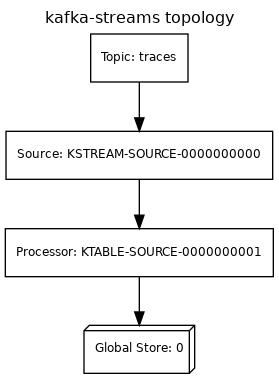
Earlier version of the PlantUML export docs/dependency-store-stream.png (openzipkin-contrib/zipkin-storage-kafka). Its source is kept beside it as docs/dependency-store-stream.puml. Its diagram source:
```plantuml
@startuml
digraph G {
	graph [labelloc=top,label="kafka-streams topology",fontname="Verdana",fontsize=12];
	edge [fontname="Verdana",fontsize=9,labelfontname="Verdana",labelfontsize=9];
	node [fontname="Verdana",fontsize=9,shape=record];
	c0 [label="Processor: KTABLE-SOURCE-0000000001"]
	// null
	c1 -> c0 [];
	c1 [label="Source: KSTREAM-SOURCE-0000000000"]
	c2 [label="Topic: traces"]
	// null
	c2 -> c1 [];
	c3 [label="Global Store: 0", shape=box3d]
	// null
	c0 -> c3 [];
}
@enduml
```
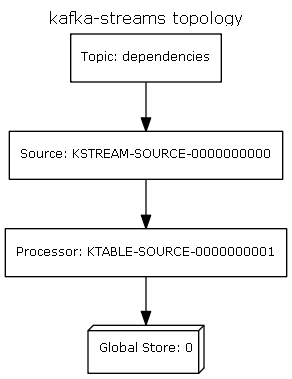
Later version of the same file.

Commit message:
feat: aggregate traces and spans on the same process

The edit, as a diff of the source:
```diff
@@ -7,7 +7,7 @@
 	// null
 	c1 -> c0 [];
 	c1 [label="Source: KSTREAM-SOURCE-0000000000"]
-	c2 [label="Topic: traces"]
+	c2 [label="Topic: dependencies"]
 	// null
 	c2 -> c1 [];
 	c3 [label="Global Store: 0", shape=box3d]
```
